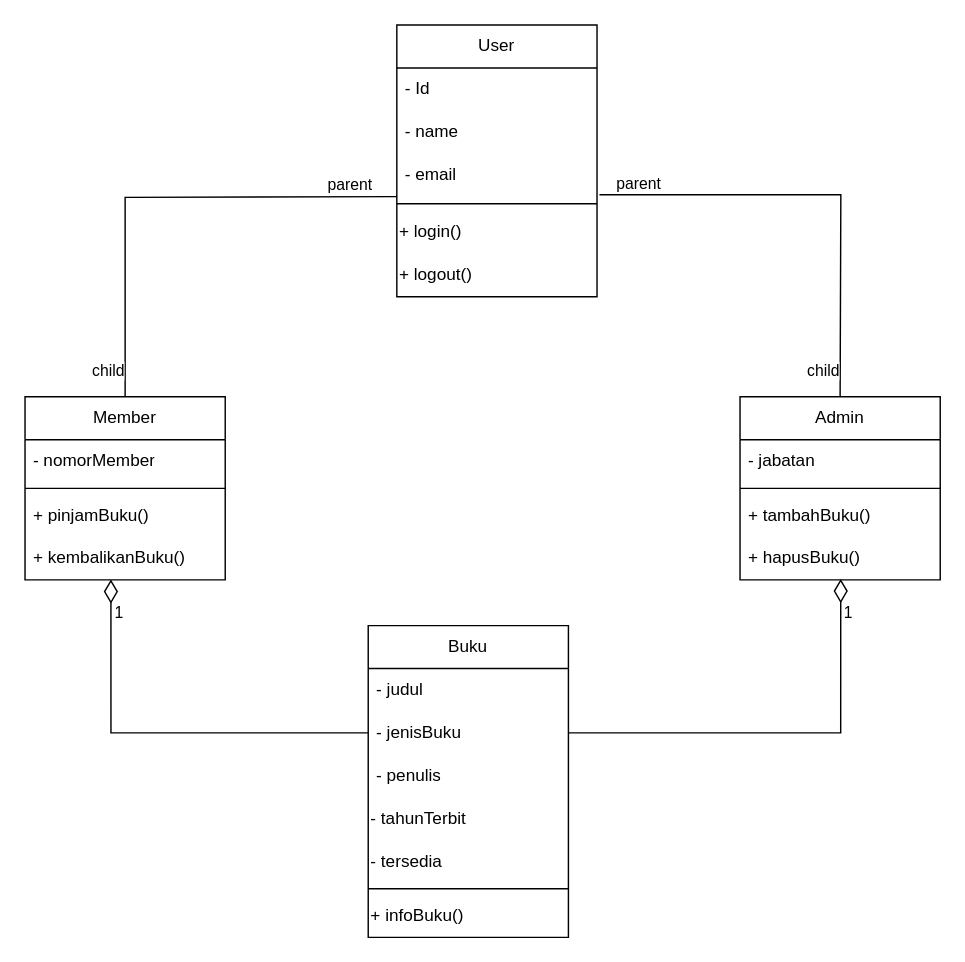
Above: Untitled Diagram.drawio in theo00000/Manajemen-Perpustakaan (draw.io), before the change. Source tidied: cells renumbered, new cells numbered last; positions are measured from the earlier drawing's top-left corner, leaving out a move shared by most shapes. Both pictures are drawn from the tidied source at 143%, with x=0, y=0 at pixel (24, 24).
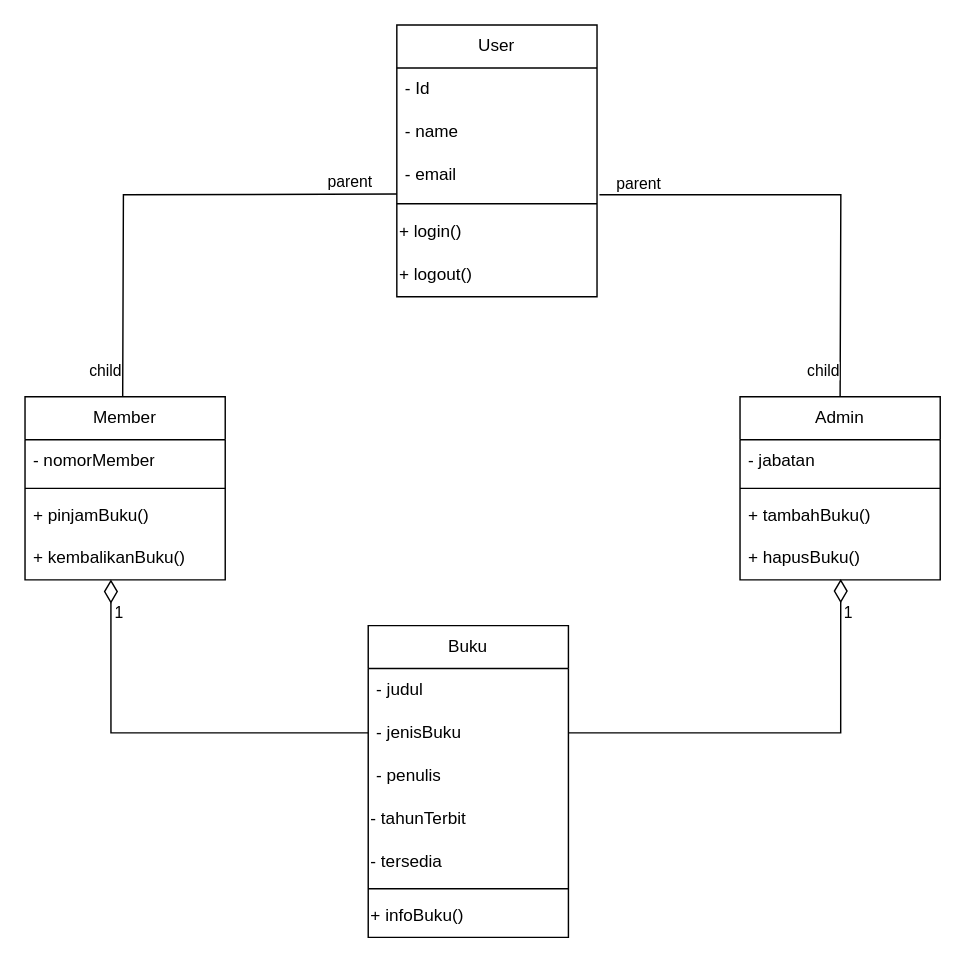
The same page after the edit.

Commit message:
Class diagram manajemen perpustakaan

The change refers to these unchanged cells:
```xml
<mxCell id="2" value="Member" style="swimlane;fontStyle=0;horizontal=1;startSize=30;whiteSpace=wrap;html=1;" parent="1" vertex="1">
  <mxGeometry y="260" width="140" height="128" as="geometry" />
</mxCell>
```

Change to the diagram source:
```diff
@@
-    <mxCell id="27" style="endArrow=none;html=1;edgeStyle=orthogonalEdgeStyle;rounded=0;entryX=0.5;entryY=0;entryDx=0;entryDy=0;" parent="1" edge="1" target="2">
+    <mxCell id="27" style="endArrow=none;html=1;edgeStyle=orthogonalEdgeStyle;rounded=0;entryX=0.5;entryY=0;entryDx=0;entryDy=0;exitX=0.012;exitY=0.94;exitDx=0;exitDy=0;exitPerimeter=0;" parent="1" edge="1">
       <mxGeometry relative="1" as="geometry">
-        <mxPoint x="260" y="120" as="sourcePoint" />
+        <mxPoint x="260" y="118.2" as="sourcePoint" />
+        <mxPoint x="68.3" y="260" as="targetPoint" />
       </mxGeometry>
     </mxCell>
```
